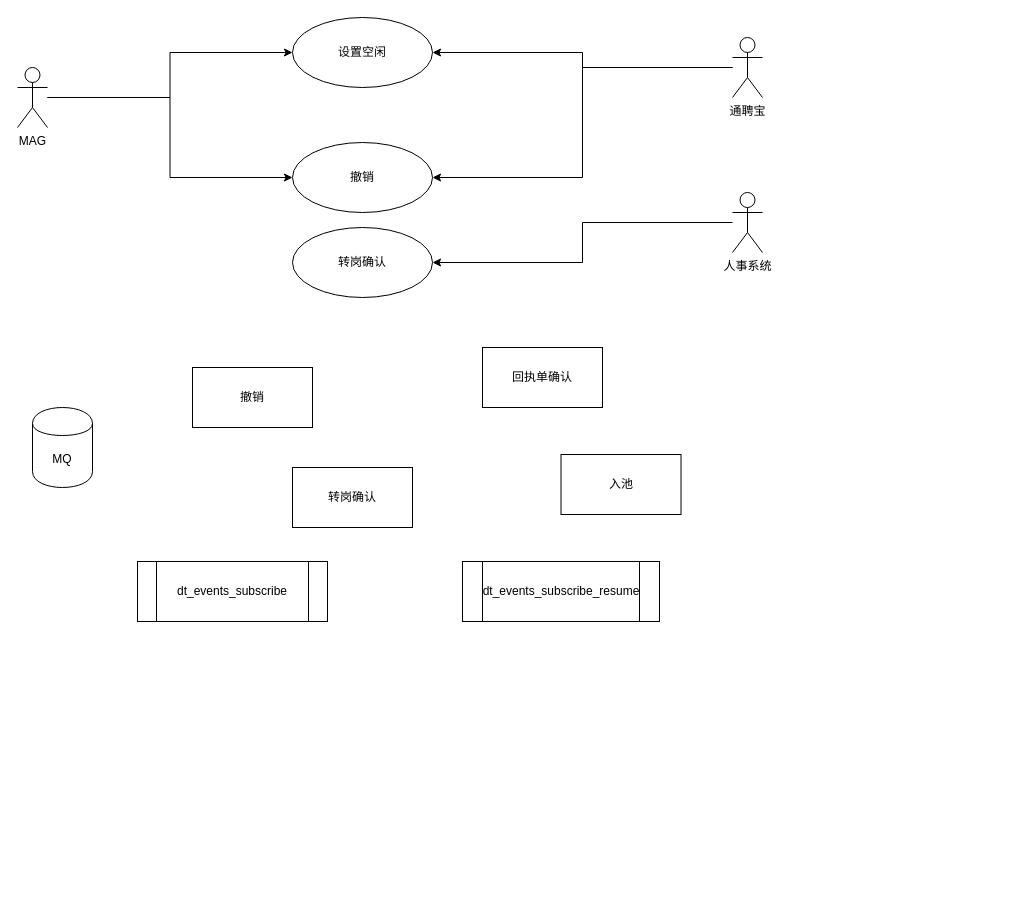
This is source/通聘宝简历事件订阅.drawio from toby2o12/drawio, a draw.io file, before an edit. Source tidied: cells renumbered, new cells numbered last; positions are measured from the earlier drawing's top-left corner, leaving out a move shared by most shapes. Both pictures are drawn from the tidied source at 100%, with x=0, y=0 at pixel (17, 17).
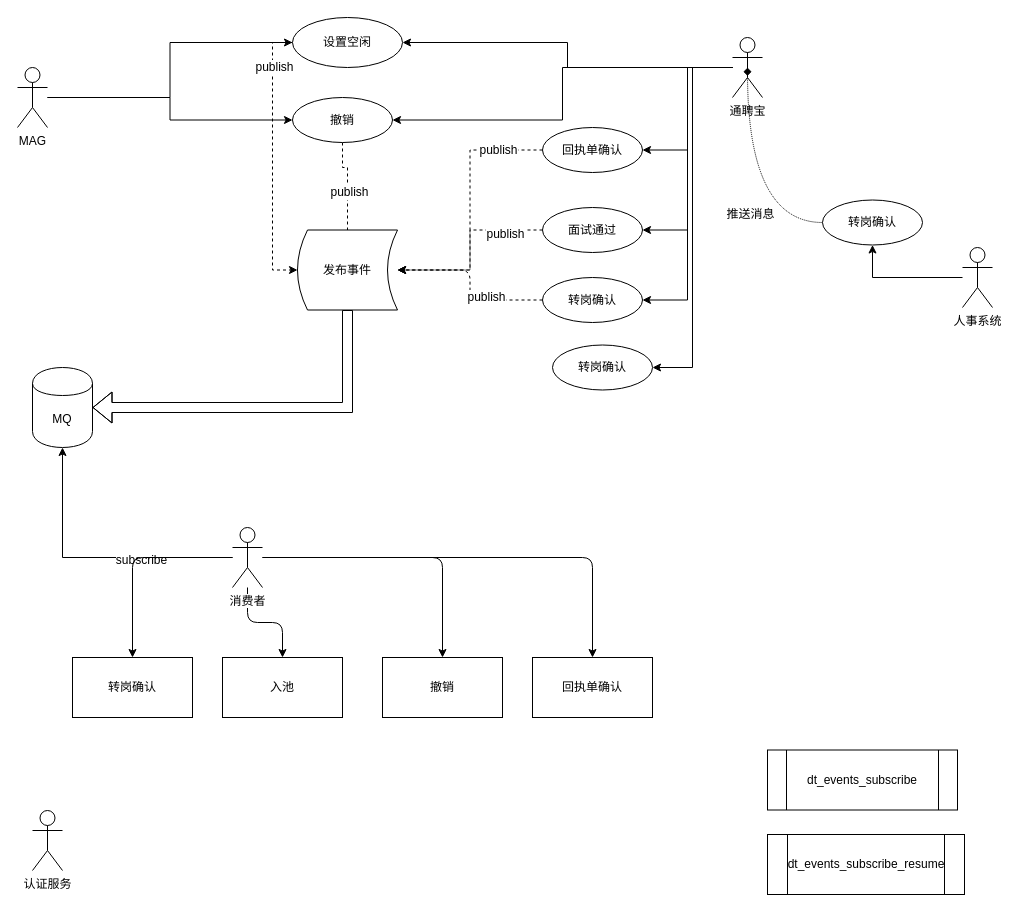
After the change.

Commit message (it also covers changes not shown here):
更新通聘宝简历事件订阅.drawio

The change refers to these unchanged cells:
```xml
<mxCell id="14" value="通聘宝" style="shape=umlActor;verticalLabelPosition=bottom;labelBackgroundColor=#ffffff;verticalAlign=top;html=1;" parent="1" vertex="1">
  <mxGeometry x="715" y="20" width="30" height="60" as="geometry" />
</mxCell>
```

Diff of the diagram source:
```diff
@@
     <mxCell id="2" value="入池" style="rounded=0;whiteSpace=wrap;html=1;" parent="1" vertex="1">
-      <mxGeometry x="543.5" y="437" width="120" height="60" as="geometry" />
+      <mxGeometry x="205" y="640" width="120" height="60" as="geometry" />
     </mxCell>
     <mxCell id="3" value="撤销" style="rounded=0;whiteSpace=wrap;html=1;" parent="1" vertex="1">
-      <mxGeometry x="175" y="350" width="120" height="60" as="geometry" />
+      <mxGeometry x="365" y="640" width="120" height="60" as="geometry" />
     </mxCell>
     <mxCell id="4" value="dt_events_subscribe" style="shape=process;whiteSpace=wrap;html=1;backgroundOutline=1;" parent="1" vertex="1">
-      <mxGeometry x="120" y="544" width="190" height="60" as="geometry" />
+      <mxGeometry x="750" y="732.5" width="190" height="60" as="geometry" />
     </mxCell>
     <mxCell id="5" value="dt_events_subscribe_resume" style="shape=process;whiteSpace=wrap;html=1;backgroundOutline=1;" parent="1" vertex="1">
-      <mxGeometry x="445" y="544" width="197" height="60" as="geometry" />
+      <mxGeometry x="750" y="817" width="197" height="60" as="geometry" />
     </mxCell>
@@
     <mxCell id="9" value="MQ" style="shape=cylinder;whiteSpace=wrap;html=1;boundedLbl=1;backgroundOutline=1;" parent="1" vertex="1">
-      <mxGeometry x="15" y="390" width="60" height="80" as="geometry" />
+      <mxGeometry x="15" y="350" width="60" height="80" as="geometry" />
     </mxCell>
     <mxCell id="10" value="回执单确认" style="rounded=0;whiteSpace=wrap;html=1;" parent="1" vertex="1">
-      <mxGeometry x="465" y="330" width="120" height="60" as="geometry" />
+      <mxGeometry x="515" y="640" width="120" height="60" as="geometry" />
     </mxCell>
     <mxCell id="11" value="转岗确认" style="rounded=0;whiteSpace=wrap;html=1;" parent="1" vertex="1">
-      <mxGeometry x="275" y="450" width="120" height="60" as="geometry" />
+      <mxGeometry x="55" y="640" width="120" height="60" as="geometry" />
     </mxCell>
@@
     <mxCell id="13" style="edgeStyle=orthogonalEdgeStyle;rounded=0;jettySize=auto;html=1;entryX=1;entryY=0.5;entryDx=0;entryDy=0;" parent="1" edge="1" source="14" target="18">
-      <mxGeometry relative="1" as="geometry" />
+      <mxGeometry relative="1" as="geometry">
+        <Array as="points">
+          <mxPoint x="545" y="50" />
+          <mxPoint x="545" y="103" />
+        </Array>
+      </mxGeometry>
     </mxCell>
+    <mxCell id="20" style="edgeStyle=orthogonalEdgeStyle;rounded=0;jettySize=auto;html=1;entryX=1;entryY=0.5;entryDx=0;entryDy=0;" parent="1" edge="1" source="14" target="32">
+      <mxGeometry relative="1" as="geometry" />
+    </mxCell>
+    <mxCell id="21" style="edgeStyle=orthogonalEdgeStyle;rounded=0;jettySize=auto;html=1;entryX=1;entryY=0.5;entryDx=0;entryDy=0;" parent="1" edge="1" source="14" target="35">
+      <mxGeometry relative="1" as="geometry" />
+    </mxCell>
+    <mxCell id="22" style="edgeStyle=orthogonalEdgeStyle;rounded=0;jettySize=auto;html=1;entryX=1;entryY=0.5;entryDx=0;entryDy=0;startArrow=none;startFill=0;" parent="1" edge="1" source="14" target="47">
+      <mxGeometry relative="1" as="geometry" />
+    </mxCell>
+    <mxCell id="23" style="jettySize=auto;html=1;entryX=1;entryY=0.5;entryDx=0;entryDy=0;startArrow=none;startFill=0;endArrow=classic;endFill=1;edgeStyle=orthogonalEdgeStyle;rounded=0;" parent="1" edge="1" source="14" target="49">
+      <mxGeometry relative="1" as="geometry" />
+    </mxCell>
@@
-    <mxCell id="15" style="edgeStyle=orthogonalEdgeStyle;rounded=0;jettySize=auto;html=1;entryX=1;entryY=0.5;entryDx=0;entryDy=0;" parent="1" edge="1" source="16" target="19">
+    <mxCell id="15" style="edgeStyle=orthogonalEdgeStyle;rounded=0;jettySize=auto;html=1;" parent="1" edge="1" source="16" target="19">
       <mxGeometry relative="1" as="geometry" />
     </mxCell>
     <mxCell id="16" value="人事系统" style="shape=umlActor;verticalLabelPosition=bottom;labelBackgroundColor=#ffffff;verticalAlign=top;html=1;" parent="1" vertex="1">
-      <mxGeometry x="715" y="175" width="30" height="60" as="geometry" />
+      <mxGeometry x="945" y="230" width="30" height="60" as="geometry" />
     </mxCell>
+    <mxCell id="24" style="edgeStyle=orthogonalEdgeStyle;rounded=0;jettySize=auto;html=1;entryX=0;entryY=0.5;entryDx=0;entryDy=0;exitX=0;exitY=0.5;exitDx=0;exitDy=0;dashed=1;" parent="1" edge="1" source="17" target="37">
+      <mxGeometry relative="1" as="geometry" />
+    </mxCell>
+    <mxCell id="25" value="publish" style="text;html=1;align=center;verticalAlign=middle;labelBackgroundColor=#ffffff;" parent="24" vertex="1">
+      <mxGeometry x="-0.68" y="1" relative="1" as="geometry" />
+    </mxCell>
     <mxCell id="17" value="设置空闲" style="ellipse;whiteSpace=wrap;html=1;" parent="1" vertex="1">
-      <mxGeometry x="275" width="140" height="70" as="geometry" />
+      <mxGeometry x="275" width="110" height="50" as="geometry" />
     </mxCell>
+    <mxCell id="26" style="edgeStyle=orthogonalEdgeStyle;rounded=0;jettySize=auto;html=1;entryX=0;entryY=0.5;entryDx=0;entryDy=0;dashed=1;startArrow=none;startFill=0;" parent="1" edge="1" source="18" target="37">
+      <mxGeometry relative="1" as="geometry">
+        <Array as="points">
+          <mxPoint x="325" y="150" />
+          <mxPoint x="330" y="150" />
+          <mxPoint x="330" y="253" />
+        </Array>
+      </mxGeometry>
+    </mxCell>
+    <mxCell id="27" value="publish" style="text;html=1;align=center;verticalAlign=middle;labelBackgroundColor=#ffffff;" parent="26" vertex="1">
+      <mxGeometry x="-0.41" y="1" relative="1" as="geometry" />
+    </mxCell>
     <mxCell id="18" value="撤销" style="ellipse;whiteSpace=wrap;html=1;" parent="1" vertex="1">
-      <mxGeometry x="275" y="125" width="140" height="70" as="geometry" />
+      <mxGeometry x="275" y="80" width="100" height="45" as="geometry" />
     </mxCell>
+    <mxCell id="28" style="jettySize=auto;html=1;startArrow=none;startFill=0;dashed=1;dashPattern=1 1;endArrow=diamond;endFill=1;edgeStyle=orthogonalEdgeStyle;curved=1;" parent="1" edge="1" source="19">
+      <mxGeometry relative="1" as="geometry">
+        <mxPoint x="730" y="50" as="targetPoint" />
+      </mxGeometry>
+    </mxCell>
+    <mxCell id="29" value="推送消息" style="text;html=1;align=center;verticalAlign=middle;labelBackgroundColor=#ffffff;" parent="28" vertex="1">
+      <mxGeometry x="-0.27" y="-2" relative="1" as="geometry">
+        <mxPoint y="1" as="offset" />
+      </mxGeometry>
+    </mxCell>
     <mxCell id="19" value="转岗确认" style="ellipse;whiteSpace=wrap;html=1;" parent="1" vertex="1">
-      <mxGeometry x="275" y="210" width="140" height="70" as="geometry" />
+      <mxGeometry x="805" y="182.5" width="100" height="45" as="geometry" />
     </mxCell>
+    <mxCell id="30" style="edgeStyle=orthogonalEdgeStyle;rounded=0;jettySize=auto;html=1;entryX=1;entryY=0.5;entryDx=0;entryDy=0;dashed=1;" parent="1" edge="1" source="32" target="37">
+      <mxGeometry relative="1" as="geometry" />
+    </mxCell>
+    <mxCell id="31" value="publish" style="text;html=1;align=center;verticalAlign=middle;labelBackgroundColor=#ffffff;" parent="30" vertex="1">
+      <mxGeometry x="-0.66" relative="1" as="geometry" />
+    </mxCell>
+    <mxCell id="32" value="回执单确认" style="ellipse;whiteSpace=wrap;html=1;" parent="1" vertex="1">
+      <mxGeometry x="525" y="110" width="100" height="45" as="geometry" />
+    </mxCell>
+    <mxCell id="33" style="edgeStyle=orthogonalEdgeStyle;rounded=0;jettySize=auto;html=1;entryX=1;entryY=0.5;entryDx=0;entryDy=0;dashed=1;" parent="1" edge="1" source="35" target="37">
+      <mxGeometry relative="1" as="geometry" />
+    </mxCell>
+    <mxCell id="34" value="publish" style="text;html=1;align=center;verticalAlign=middle;labelBackgroundColor=#ffffff;" parent="33" vertex="1">
+      <mxGeometry x="-0.59" y="4" relative="1" as="geometry" />
+    </mxCell>
+    <mxCell id="35" value="面试通过" style="ellipse;whiteSpace=wrap;html=1;" parent="1" vertex="1">
+      <mxGeometry x="525" y="190" width="100" height="45" as="geometry" />
+    </mxCell>
+    <mxCell id="36" style="edgeStyle=orthogonalEdgeStyle;rounded=0;jettySize=auto;html=1;entryX=1;entryY=0.5;entryDx=0;entryDy=0;startArrow=none;startFill=0;shape=flexArrow;exitX=0.5;exitY=1;exitDx=0;exitDy=0;" parent="1" edge="1" source="37" target="9">
+      <mxGeometry relative="1" as="geometry" />
+    </mxCell>
+    <mxCell id="37" value="发布事件" style="shape=dataStorage;whiteSpace=wrap;html=1;" parent="1" vertex="1">
+      <mxGeometry x="280" y="212.5" width="100" height="80" as="geometry" />
+    </mxCell>
+    <mxCell id="38" style="edgeStyle=orthogonalEdgeStyle;rounded=0;jettySize=auto;html=1;entryX=0.5;entryY=1;entryDx=0;entryDy=0;startArrow=none;startFill=0;" parent="1" edge="1" source="44" target="9">
+      <mxGeometry relative="1" as="geometry" />
+    </mxCell>
+    <mxCell id="39" value="subscribe" style="text;html=1;align=center;verticalAlign=middle;labelBackgroundColor=#ffffff;" parent="38" vertex="1">
+      <mxGeometry x="-0.34" y="2" relative="1" as="geometry" />
+    </mxCell>
+    <mxCell id="40" style="edgeStyle=orthogonalEdgeStyle;rounded=1;jettySize=auto;html=1;startArrow=none;startFill=0;" parent="1" edge="1" source="44" target="11">
+      <mxGeometry relative="1" as="geometry" />
+    </mxCell>
+    <mxCell id="41" style="edgeStyle=orthogonalEdgeStyle;rounded=1;jettySize=auto;html=1;entryX=0.5;entryY=0;entryDx=0;entryDy=0;startArrow=none;startFill=0;" parent="1" edge="1" source="44" target="2">
+      <mxGeometry relative="1" as="geometry" />
+    </mxCell>
+    <mxCell id="42" style="edgeStyle=orthogonalEdgeStyle;rounded=1;jettySize=auto;html=1;startArrow=none;startFill=0;" parent="1" edge="1" source="44" target="3">
+      <mxGeometry relative="1" as="geometry" />
+    </mxCell>
+    <mxCell id="43" style="edgeStyle=orthogonalEdgeStyle;rounded=1;jettySize=auto;html=1;entryX=0.5;entryY=0;entryDx=0;entryDy=0;startArrow=none;startFill=0;" parent="1" edge="1" source="44" target="10">
+      <mxGeometry relative="1" as="geometry" />
+    </mxCell>
+    <mxCell id="44" value="消费者" style="shape=umlActor;verticalLabelPosition=bottom;labelBackgroundColor=#ffffff;verticalAlign=top;html=1;outlineConnect=0;" parent="1" vertex="1">
+      <mxGeometry x="215" y="510" width="30" height="60" as="geometry" />
+    </mxCell>
+    <mxCell id="45" style="edgeStyle=orthogonalEdgeStyle;rounded=1;jettySize=auto;html=1;startArrow=none;startFill=0;dashed=1;" parent="1" edge="1" source="47" target="37">
+      <mxGeometry relative="1" as="geometry" />
+    </mxCell>
+    <mxCell id="46" value="publish" style="text;html=1;align=center;verticalAlign=middle;labelBackgroundColor=#ffffff;" parent="45" vertex="1">
+      <mxGeometry x="-0.35" y="-3" relative="1" as="geometry" />
+    </mxCell>
+    <mxCell id="47" value="转岗确认" style="ellipse;whiteSpace=wrap;html=1;" parent="1" vertex="1">
+      <mxGeometry x="525" y="260" width="100" height="45" as="geometry" />
+    </mxCell>
+    <mxCell id="48" value="认证服务" style="shape=umlActor;verticalLabelPosition=bottom;labelBackgroundColor=#ffffff;verticalAlign=top;html=1;" parent="1" vertex="1">
+      <mxGeometry x="15" y="793" width="30" height="60" as="geometry" />
+    </mxCell>
+    <mxCell id="49" value="转岗确认" style="ellipse;whiteSpace=wrap;html=1;" parent="1" vertex="1">
+      <mxGeometry x="535" y="327.5" width="100" height="45" as="geometry" />
+    </mxCell>
```
